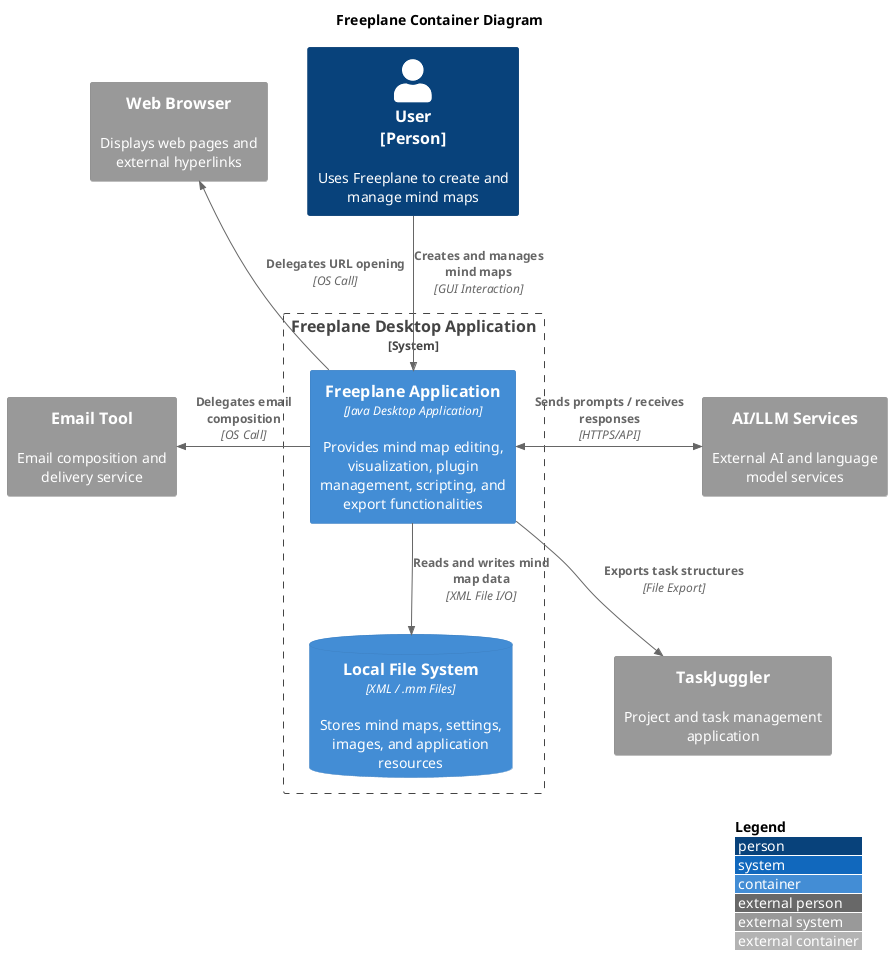
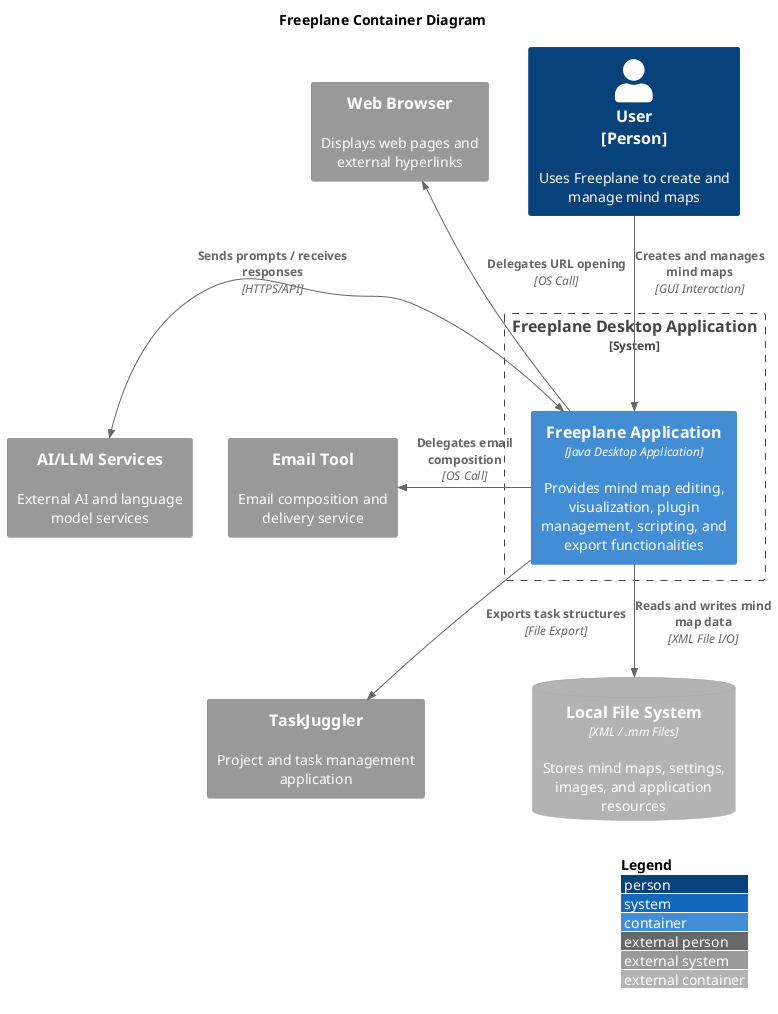
- @startuml
- !include <C4/C4_Container.puml>
- title Freeplane Container Diagram
+     @startuml
+     !include <C4/C4_Container.puml>
+     title Freeplane Container Diagram

- LAYOUT_WITH_LEGEND()
- LAYOUT_TOP_DOWN()
+     LAYOUT_WITH_LEGEND()
+     LAYOUT_TOP_DOWN()

- Person(user, "User\n[Person]", "Uses Freeplane to create and manage mind maps")
+     Person(user, "User\n[Person]", "Uses Freeplane to create and manage mind maps")

- System_Ext(browser, "Web Browser", "Displays web pages and external hyperlinks")
- System_Ext(email, "Email Tool", "Email composition and delivery service")
- browser -[hidden]down-> email
+     System_Ext(browser, "Web Browser", "Displays web pages and external hyperlinks")
+     System_Ext(email, "Email Tool", "Email composition and delivery service")
+     browser -[hidden]down-> email

- System_Boundary(app, "Freeplane Desktop Application") {
-     Container(freeplane, "Freeplane Application", "Java Desktop Application", "Provides mind map editing, visualization, plugin management, scripting, and export functionalities")
-     ContainerDb(file_system, "Local File System", "XML / .mm Files", "Stores mind maps, settings, images, and application resources")
- }
+     System_Boundary(app, "Freeplane Desktop Application") {
+         Container(freeplane, "Freeplane Application", "Java Desktop Application", "Provides mind map editing, visualization, plugin management, scripting, and export functionalities")

- System_Ext(ai, "AI/LLM Services", "External AI and language model services")
- System_Ext(taskjuggler, "TaskJuggler", "Project and task management application")
- ai -[hidden]down-> taskjuggler
+     }
+     ContainerDb_Ext(file_system, "Local File System", "XML / .mm Files", "Stores mind maps, settings, images, and application resources")

- Rel_D(user, freeplane, "Creates and manages mind maps", "GUI Interaction")
- Rel_D(freeplane, file_system, "Reads and writes mind map data", "XML File I/O")
+     System_Ext(ai, "AI/LLM Services", "External AI and language model services")
+     System_Ext(taskjuggler, "TaskJuggler", "Project and task management application")
+     ai -[hidden]down-> taskjuggler

- Rel_L(freeplane, browser, "Delegates URL opening", "OS Call")
- Rel_L(freeplane, email, "Delegates email composition", "OS Call")
+     Rel_D(user, freeplane, "Creates and manages mind maps", "GUI Interaction")
+     Rel_D(freeplane, file_system, "Reads and writes mind map data", "XML File I/O")

- Rel_R(freeplane, taskjuggler, "Exports task structures", "File Export")
- BiRel_R(freeplane, ai, "Sends prompts / receives responses", "HTTPS/API")
+     Rel_L(freeplane, browser, "Delegates URL opening", "OS Call")
+     Rel_L(freeplane, email, "Delegates email composition", "OS Call")

- @enduml+     Rel_R(freeplane, taskjuggler, "Exports task structures", "File Export")
+     BiRel_R(freeplane, ai, "Sends prompts / receives responses", "HTTPS/API")
+ 
+     @enduml